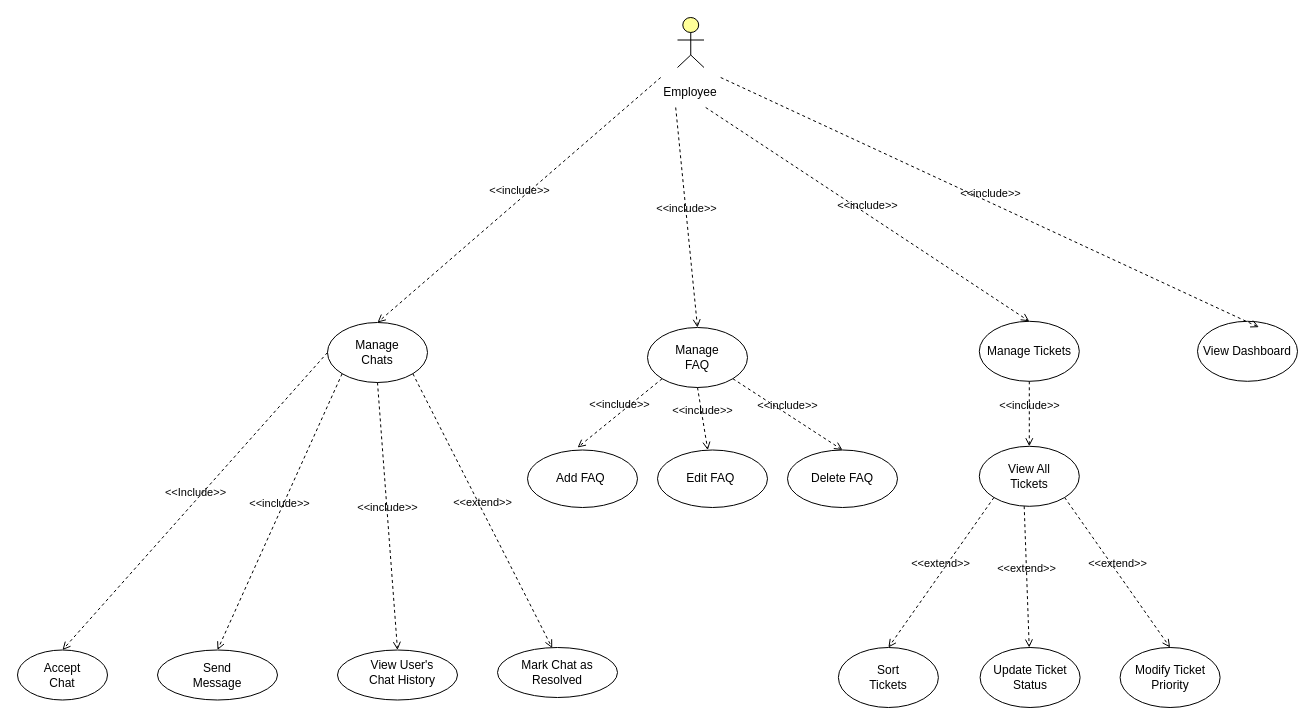
Before: planning/EmployeeUseCaseDiagram.drawio in AlexandraMariasiu/UBB-SE-2026-CloudSpritzers, a draw.io diagram. Source tidied: cells renumbered, new cells numbered last; positions are measured from the earlier drawing's top-left corner, leaving out a move shared by most shapes. Both pictures are drawn from the tidied source at 100%, with x=0, y=0 at pixel (17, 17).
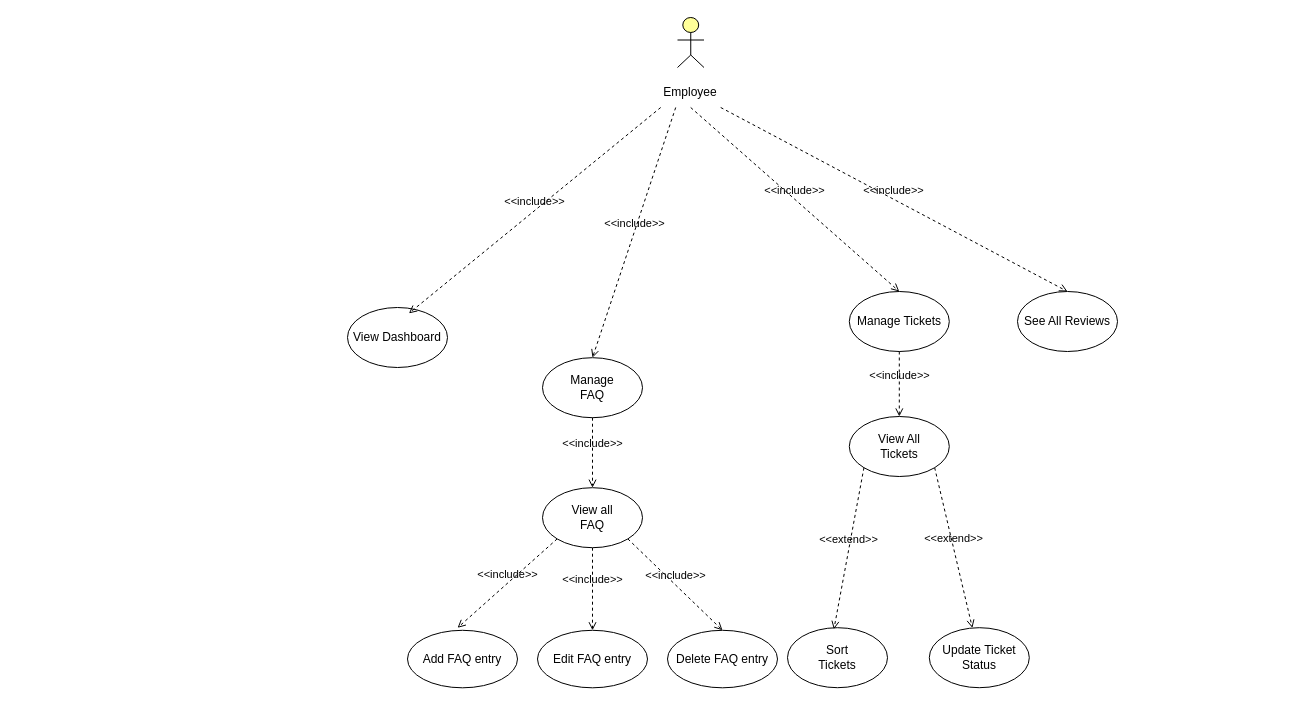
The same page after the edit.

Unchanged cells that the change refers to:
```xml
<mxCell id="3" value="Employee" style="text;html=1;whiteSpace=wrap;strokeColor=none;fillColor=none;align=center;verticalAlign=middle;rounded=0;" parent="1" vertex="1">
  <mxGeometry x="643.2" y="60" width="60" height="30" as="geometry" />
</mxCell>
```

What changed in the source:
```diff
@@
-    <mxCell id="4" style="ellipse;whiteSpace=wrap;html=1;" parent="1" vertex="1">
-      <mxGeometry x="310" y="305" width="100" height="60" as="geometry" />
-    </mxCell>
-    <mxCell id="5" value="Manage Chats" style="text;html=1;whiteSpace=wrap;strokeColor=none;fillColor=none;align=center;verticalAlign=middle;rounded=0;" parent="1" vertex="1">
-      <mxGeometry x="330" y="320" width="60" height="30" as="geometry" />
-    </mxCell>
-    <mxCell id="6" style="ellipse;whiteSpace=wrap;html=1;" parent="1" vertex="1">
-      <mxGeometry x="320" y="632.5" width="120" height="50" as="geometry" />
-    </mxCell>
-    <mxCell id="7" style="ellipse;whiteSpace=wrap;html=1;" parent="1" vertex="1">
-      <mxGeometry x="140" y="632.5" width="120" height="50" as="geometry" />
-    </mxCell>
-    <mxCell id="8" value="Send Message" style="text;html=1;whiteSpace=wrap;strokeColor=none;fillColor=none;align=center;verticalAlign=middle;rounded=0;" parent="1" vertex="1">
-      <mxGeometry x="170" y="642.5" width="60" height="30" as="geometry" />
-    </mxCell>
-    <mxCell id="9" value="View User's Chat History" style="text;html=1;whiteSpace=wrap;strokeColor=none;fillColor=none;align=center;verticalAlign=middle;rounded=0;" parent="1" vertex="1">
-      <mxGeometry x="340" y="650" width="90" height="10" as="geometry" />
-    </mxCell>
     <mxCell id="10" style="ellipse;whiteSpace=wrap;html=1;" parent="1" vertex="1">
-      <mxGeometry x="630" y="310" width="100" height="60" as="geometry" />
+      <mxGeometry x="525" y="340.2" width="100" height="60" as="geometry" />
     </mxCell>
     <mxCell id="11" value="Manage FAQ" style="text;html=1;whiteSpace=wrap;strokeColor=none;fillColor=none;align=center;verticalAlign=middle;rounded=0;" parent="1" vertex="1">
-      <mxGeometry x="650" y="325" width="60" height="30" as="geometry" />
+      <mxGeometry x="545" y="355.2" width="60" height="30" as="geometry" />
     </mxCell>
-    <mxCell id="12" style="ellipse;whiteSpace=wrap;html=1;" parent="1" vertex="1">
-      <mxGeometry y="632.5" width="90" height="50" as="geometry" />
-    </mxCell>
-    <mxCell id="13" value="Accept Chat" style="text;html=1;whiteSpace=wrap;strokeColor=none;fillColor=none;align=center;verticalAlign=middle;rounded=0;" parent="1" vertex="1">
-      <mxGeometry x="20" y="650" width="50" height="15" as="geometry" />
-    </mxCell>
     <mxCell id="14" value="Manage Tickets" style="ellipse;whiteSpace=wrap;html=1;" parent="1" vertex="1">
-      <mxGeometry x="961.8" y="303.8" width="100" height="60" as="geometry" />
+      <mxGeometry x="831.8" y="274" width="100" height="60" as="geometry" />
     </mxCell>
     <mxCell id="15" style="ellipse;whiteSpace=wrap;html=1;" parent="1" vertex="1">
-      <mxGeometry x="961.8" y="428.8" width="100" height="60" as="geometry" />
+      <mxGeometry x="831.8" y="399" width="100" height="60" as="geometry" />
     </mxCell>
     <mxCell id="16" value="View All Tickets" style="text;html=1;whiteSpace=wrap;strokeColor=none;fillColor=none;align=center;verticalAlign=middle;rounded=0;" parent="1" vertex="1">
-      <mxGeometry x="981.8" y="443.8" width="60" height="30" as="geometry" />
+      <mxGeometry x="851.8" y="414" width="60" height="30" as="geometry" />
     </mxCell>
     <mxCell id="17" style="ellipse;whiteSpace=wrap;html=1;" parent="1" vertex="1">
-      <mxGeometry x="820.9" y="630" width="100" height="60" as="geometry" />
+      <mxGeometry x="770" y="610.2" width="100" height="60" as="geometry" />
     </mxCell>
     <mxCell id="18" value="Sort Tickets" style="text;html=1;whiteSpace=wrap;strokeColor=none;fillColor=none;align=center;verticalAlign=middle;rounded=0;" parent="1" vertex="1">
-      <mxGeometry x="840.9" y="645" width="60" height="30" as="geometry" />
+      <mxGeometry x="790" y="625.2" width="60" height="30" as="geometry" />
     </mxCell>
     <mxCell id="19" value="View Dashboard" style="ellipse;whiteSpace=wrap;html=1;" parent="1" vertex="1">
-      <mxGeometry x="1180" y="303.8" width="100" height="60" as="geometry" />
+      <mxGeometry x="330" y="290" width="100" height="60" as="geometry" />
     </mxCell>
-    <mxCell id="20" value="&amp;lt;&amp;lt;include&amp;gt;&amp;gt;" style="html=1;verticalAlign=bottom;labelBackgroundColor=none;endArrow=open;endFill=0;dashed=1;rounded=0;exitX=0;exitY=0;exitDx=0;exitDy=0;entryX=0.5;entryY=0;entryDx=0;entryDy=0;" parent="1" edge="1" source="3" target="4">
-      <mxGeometry relative="1" as="geometry" />
-    </mxCell>
@@
-    <mxCell id="22" value="&amp;lt;&amp;lt;include&amp;gt;&amp;gt;" style="html=1;verticalAlign=bottom;labelBackgroundColor=none;endArrow=open;endFill=0;dashed=1;rounded=0;exitX=0.75;exitY=1;exitDx=0;exitDy=0;entryX=0.5;entryY=0;entryDx=0;entryDy=0;" parent="1" edge="1" source="3" target="14">
+    <mxCell id="22" value="&amp;lt;&amp;lt;include&amp;gt;&amp;gt;" style="html=1;verticalAlign=bottom;labelBackgroundColor=none;endArrow=open;endFill=0;dashed=1;rounded=0;exitX=0.5;exitY=1;exitDx=0;exitDy=0;entryX=0.5;entryY=0;entryDx=0;entryDy=0;" parent="1" edge="1" source="3" target="14">
       <mxGeometry relative="1" as="geometry" />
     </mxCell>
-    <mxCell id="23" value="&amp;lt;&amp;lt;include&amp;gt;&amp;gt;" style="html=1;verticalAlign=bottom;labelBackgroundColor=none;endArrow=open;endFill=0;dashed=1;rounded=0;exitX=1;exitY=0;exitDx=0;exitDy=0;entryX=0.614;entryY=0.098;entryDx=0;entryDy=0;entryPerimeter=0;" parent="1" edge="1" source="3" target="19">
+    <mxCell id="23" value="&amp;lt;&amp;lt;include&amp;gt;&amp;gt;" style="html=1;verticalAlign=bottom;labelBackgroundColor=none;endArrow=open;endFill=0;dashed=1;rounded=0;exitX=0;exitY=1;exitDx=0;exitDy=0;entryX=0.614;entryY=0.098;entryDx=0;entryDy=0;entryPerimeter=0;" parent="1" edge="1" source="3" target="19">
       <mxGeometry relative="1" as="geometry" />
     </mxCell>
-    <mxCell id="24" value="&amp;lt;&amp;lt;Include&amp;gt;&amp;gt;" style="html=1;verticalAlign=bottom;labelBackgroundColor=none;endArrow=open;endFill=0;dashed=1;rounded=0;entryX=0.5;entryY=0;entryDx=0;entryDy=0;exitX=0;exitY=0.5;exitDx=0;exitDy=0;" parent="1" edge="1" source="4" target="12">
-      <mxGeometry relative="1" as="geometry" />
-    </mxCell>
-    <mxCell id="25" value="&amp;lt;&amp;lt;include&amp;gt;&amp;gt;" style="html=1;verticalAlign=bottom;labelBackgroundColor=none;endArrow=open;endFill=0;dashed=1;rounded=0;exitX=0;exitY=1;exitDx=0;exitDy=0;entryX=0.5;entryY=0;entryDx=0;entryDy=0;" parent="1" edge="1" source="4" target="7">
-      <mxGeometry relative="1" as="geometry" />
-    </mxCell>
-    <mxCell id="26" value="&amp;lt;&amp;lt;extend&amp;gt;&amp;gt;" style="html=1;verticalAlign=bottom;labelBackgroundColor=none;endArrow=open;endFill=0;dashed=1;rounded=0;exitX=1;exitY=1;exitDx=0;exitDy=0;entryX=0.456;entryY=0.011;entryDx=0;entryDy=0;entryPerimeter=0;" parent="1" edge="1" source="4" target="29">
-      <mxGeometry relative="1" as="geometry" />
-    </mxCell>
@@
-    <mxCell id="28" value="&amp;lt;&amp;lt;extend&amp;gt;&amp;gt;" style="html=1;verticalAlign=bottom;labelBackgroundColor=none;endArrow=open;endFill=0;dashed=1;rounded=0;exitX=0;exitY=1;exitDx=0;exitDy=0;entryX=0.5;entryY=0;entryDx=0;entryDy=0;" parent="1" edge="1" source="15" target="17">
+    <mxCell id="28" value="&amp;lt;&amp;lt;extend&amp;gt;&amp;gt;" style="html=1;verticalAlign=bottom;labelBackgroundColor=none;endArrow=open;endFill=0;dashed=1;rounded=0;exitX=0;exitY=1;exitDx=0;exitDy=0;entryX=0.464;entryY=0.026;entryDx=0;entryDy=0;entryPerimeter=0;" parent="1" edge="1" source="15" target="17">
       <mxGeometry relative="1" as="geometry" />
     </mxCell>
-    <mxCell id="29" style="ellipse;whiteSpace=wrap;html=1;" parent="1" vertex="1">
-      <mxGeometry x="480" y="630" width="120" height="50" as="geometry" />
-    </mxCell>
-    <mxCell id="30" value="Mark Chat as Resolved" style="text;html=1;whiteSpace=wrap;strokeColor=none;fillColor=none;align=center;verticalAlign=middle;rounded=0;" parent="1" vertex="1">
-      <mxGeometry x="495" y="650" width="90" height="10" as="geometry" />
-    </mxCell>
-    <mxCell id="31" value="&amp;lt;&amp;lt;include&amp;gt;&amp;gt;" style="html=1;verticalAlign=bottom;labelBackgroundColor=none;endArrow=open;endFill=0;dashed=1;rounded=0;exitX=0.5;exitY=1;exitDx=0;exitDy=0;entryX=0.5;entryY=0;entryDx=0;entryDy=0;" parent="1" edge="1" source="4" target="6">
-      <mxGeometry relative="1" as="geometry" />
-    </mxCell>
-    <mxCell id="32" value="Add FAQ&amp;nbsp;" style="ellipse;whiteSpace=wrap;html=1;" parent="1" vertex="1">
-      <mxGeometry x="510" y="432.5" width="110" height="57.5" as="geometry" />
+    <mxCell id="32" value="Add FAQ entry" style="ellipse;whiteSpace=wrap;html=1;" parent="1" vertex="1">
+      <mxGeometry x="390" y="612.8" width="110" height="57.5" as="geometry" />
     </mxCell>
-    <mxCell id="33" value="Edit FAQ&amp;nbsp;" style="ellipse;whiteSpace=wrap;html=1;" parent="1" vertex="1">
-      <mxGeometry x="640" y="432.5" width="110" height="57.5" as="geometry" />
+    <mxCell id="33" value="Edit FAQ entry" style="ellipse;whiteSpace=wrap;html=1;" parent="1" vertex="1">
+      <mxGeometry x="520" y="612.8" width="110" height="57.5" as="geometry" />
     </mxCell>
-    <mxCell id="34" value="Delete FAQ" style="ellipse;whiteSpace=wrap;html=1;" parent="1" vertex="1">
-      <mxGeometry x="770" y="432.5" width="110" height="57.5" as="geometry" />
+    <mxCell id="34" value="Delete FAQ entry" style="ellipse;whiteSpace=wrap;html=1;" parent="1" vertex="1">
+      <mxGeometry x="650" y="612.8" width="110" height="57.5" as="geometry" />
     </mxCell>
-    <mxCell id="35" value="&amp;lt;&amp;lt;include&amp;gt;&amp;gt;" style="html=1;verticalAlign=bottom;labelBackgroundColor=none;endArrow=open;endFill=0;dashed=1;rounded=0;exitX=0;exitY=1;exitDx=0;exitDy=0;entryX=0.455;entryY=-0.043;entryDx=0;entryDy=0;entryPerimeter=0;" parent="1" edge="1" source="10" target="32">
+    <mxCell id="35" value="&amp;lt;&amp;lt;include&amp;gt;&amp;gt;" style="html=1;verticalAlign=bottom;labelBackgroundColor=none;endArrow=open;endFill=0;dashed=1;rounded=0;entryX=0.455;entryY=-0.043;entryDx=0;entryDy=0;entryPerimeter=0;exitX=0;exitY=1;exitDx=0;exitDy=0;" parent="1" edge="1" source="42" target="32">
       <mxGeometry relative="1" as="geometry" />
     </mxCell>
-    <mxCell id="36" value="&amp;lt;&amp;lt;include&amp;gt;&amp;gt;" style="html=1;verticalAlign=bottom;labelBackgroundColor=none;endArrow=open;endFill=0;dashed=1;rounded=0;exitX=0.5;exitY=1;exitDx=0;exitDy=0;" parent="1" edge="1" source="10" target="33">
+    <mxCell id="36" value="&amp;lt;&amp;lt;include&amp;gt;&amp;gt;" style="html=1;verticalAlign=bottom;labelBackgroundColor=none;endArrow=open;endFill=0;dashed=1;rounded=0;exitX=0.5;exitY=1;exitDx=0;exitDy=0;" parent="1" edge="1" source="42" target="33">
       <mxGeometry relative="1" as="geometry" />
     </mxCell>
-    <mxCell id="37" value="&amp;lt;&amp;lt;include&amp;gt;&amp;gt;" style="html=1;verticalAlign=bottom;labelBackgroundColor=none;endArrow=open;endFill=0;dashed=1;rounded=0;exitX=1;exitY=1;exitDx=0;exitDy=0;entryX=0.5;entryY=0;entryDx=0;entryDy=0;" parent="1" edge="1" source="10" target="34">
+    <mxCell id="37" value="&amp;lt;&amp;lt;include&amp;gt;&amp;gt;" style="html=1;verticalAlign=bottom;labelBackgroundColor=none;endArrow=open;endFill=0;dashed=1;rounded=0;entryX=0.5;entryY=0;entryDx=0;entryDy=0;exitX=1;exitY=1;exitDx=0;exitDy=0;" parent="1" edge="1" source="42" target="34">
       <mxGeometry relative="1" as="geometry" />
     </mxCell>
     <mxCell id="38" value="Update Ticket Status" style="ellipse;whiteSpace=wrap;html=1;" parent="1" vertex="1">
-      <mxGeometry x="962.6" y="630" width="100" height="60" as="geometry" />
+      <mxGeometry x="911.8" y="610.2" width="100" height="60" as="geometry" />
     </mxCell>
-    <mxCell id="39" value="Modify Ticket Priority" style="ellipse;whiteSpace=wrap;html=1;" parent="1" vertex="1">
-      <mxGeometry x="1102.6" y="630" width="100" height="60" as="geometry" />
-    </mxCell>
-    <mxCell id="40" value="&amp;lt;&amp;lt;extend&amp;gt;&amp;gt;" style="html=1;verticalAlign=bottom;labelBackgroundColor=none;endArrow=open;endFill=0;dashed=1;rounded=0;exitX=0.449;exitY=0.998;exitDx=0;exitDy=0;exitPerimeter=0;" parent="1" edge="1" source="15" target="38">
+    <mxCell id="40" value="&amp;lt;&amp;lt;extend&amp;gt;&amp;gt;" style="html=1;verticalAlign=bottom;labelBackgroundColor=none;endArrow=open;endFill=0;dashed=1;rounded=0;exitX=1;exitY=1;exitDx=0;exitDy=0;" parent="1" edge="1" source="15" target="38">
       <mxGeometry relative="1" as="geometry" />
     </mxCell>
-    <mxCell id="41" value="&amp;lt;&amp;lt;extend&amp;gt;&amp;gt;" style="html=1;verticalAlign=bottom;labelBackgroundColor=none;endArrow=open;endFill=0;dashed=1;rounded=0;exitX=1;exitY=1;exitDx=0;exitDy=0;entryX=0.5;entryY=0;entryDx=0;entryDy=0;" parent="1" edge="1" source="15" target="39">
-      <mxGeometry relative="1" as="geometry" />
-    </mxCell>
+    <mxCell id="31" value="&amp;lt;&amp;lt;include&amp;gt;&amp;gt;" style="html=1;verticalAlign=bottom;labelBackgroundColor=none;endArrow=open;endFill=0;dashed=1;rounded=0;exitX=0.5;exitY=1;exitDx=0;exitDy=0;entryX=0.5;entryY=0;entryDx=0;entryDy=0;" parent="1" edge="1" source="10" target="42">
+      <mxGeometry relative="1" as="geometry" />
+    </mxCell>
+    <mxCell id="42" style="ellipse;whiteSpace=wrap;html=1;" parent="1" vertex="1">
+      <mxGeometry x="525" y="470.2" width="100" height="60" as="geometry" />
+    </mxCell>
+    <mxCell id="43" value="View all FAQ" style="text;html=1;whiteSpace=wrap;strokeColor=none;fillColor=none;align=center;verticalAlign=middle;rounded=0;" parent="1" vertex="1">
+      <mxGeometry x="545" y="485.2" width="60" height="30" as="geometry" />
+    </mxCell>
+    <mxCell id="44" value="&amp;lt;&amp;lt;include&amp;gt;&amp;gt;" style="html=1;verticalAlign=bottom;labelBackgroundColor=none;endArrow=open;endFill=0;dashed=1;rounded=0;exitX=1;exitY=1;exitDx=0;exitDy=0;entryX=0.5;entryY=0;entryDx=0;entryDy=0;" parent="1" edge="1" source="3" target="45">
+      <mxGeometry relative="1" as="geometry" />
+    </mxCell>
+    <mxCell id="45" value="See All Reviews" style="ellipse;whiteSpace=wrap;html=1;" parent="1" vertex="1">
+      <mxGeometry x="1000" y="274" width="100" height="60" as="geometry" />
+    </mxCell>
```
